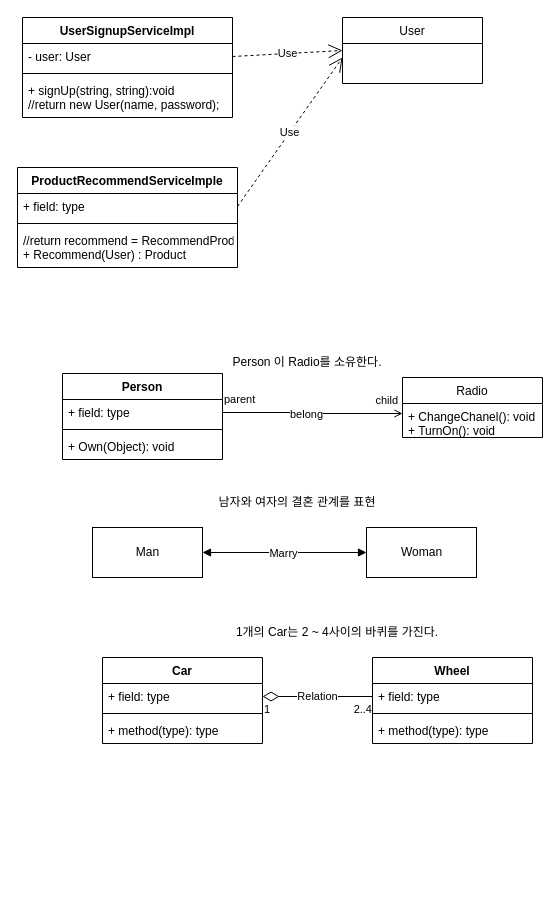
The draw.io diagram UML/FirstDiagram.drawio in rjh211/Nomad-Coders-Study, before the edit. Source tidied: cells renumbered, new cells numbered last; positions are measured from the earlier drawing's top-left corner, leaving out a move shared by most shapes. Both pictures are drawn from the tidied source at 100%, with x=0, y=0 at pixel (17, 17).
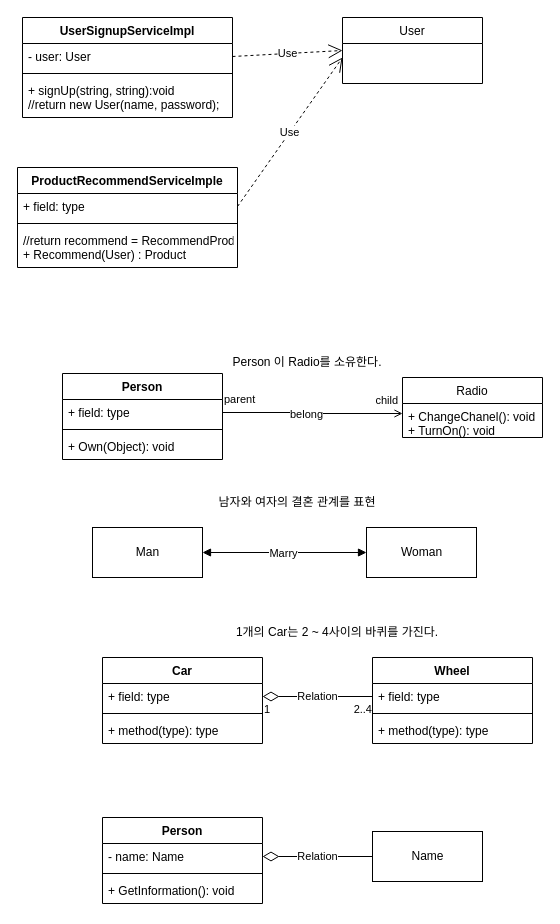
The same diagram, later.

The edit, as a diff of the source:
```diff
@@
+    <mxCell id="41" value="Person" style="swimlane;fontStyle=1;align=center;verticalAlign=top;horizontal=1;startSize=26;" parent="1" vertex="1">
+      <mxGeometry x="85" y="800" width="160" height="86" as="geometry" />
+    </mxCell>
+    <mxCell id="42" value="- name: Name" style="text;strokeColor=none;fillColor=none;align=left;verticalAlign=top;spacingLeft=4;spacingRight=4;overflow=hidden;points=[[0,0.5],[1,0.5]];portConstraint=eastwest;" parent="41" vertex="1">
+      <mxGeometry y="26" width="160" height="26" as="geometry" />
+    </mxCell>
+    <mxCell id="43" style="line;strokeWidth=1;fillColor=none;align=left;verticalAlign=middle;spacingTop=-1;spacingLeft=3;spacingRight=3;labelPosition=right;strokeColor=inherit;" parent="41" vertex="1">
+      <mxGeometry y="52" width="160" height="8" as="geometry" />
+    </mxCell>
+    <mxCell id="44" value="+ GetInformation(): void" style="text;strokeColor=none;fillColor=none;align=left;verticalAlign=top;spacingLeft=4;spacingRight=4;overflow=hidden;" parent="41" vertex="1">
+      <mxGeometry y="60" width="160" height="26" as="geometry" />
+    </mxCell>
+    <mxCell id="45" value="Relation" style="endArrow=none;html=1;endSize=12;startArrow=diamondThin;startSize=14;startFill=0;edgeStyle=orthogonalEdgeStyle;rounded=0;strokeWidth=1;entryX=0;entryY=0.5;entryDx=0;entryDy=0;endFill=0;exitX=1;exitY=0.5;exitDx=0;exitDy=0;" parent="1" edge="1" source="42">
+      <mxGeometry relative="1" as="geometry">
+        <mxPoint x="355" y="839" as="targetPoint" />
+      </mxGeometry>
+    </mxCell>
+    <mxCell id="46" value="Name" style="html=1;" parent="1" vertex="1">
+      <mxGeometry x="355" y="814" width="110" height="50" as="geometry" />
+    </mxCell>
```
